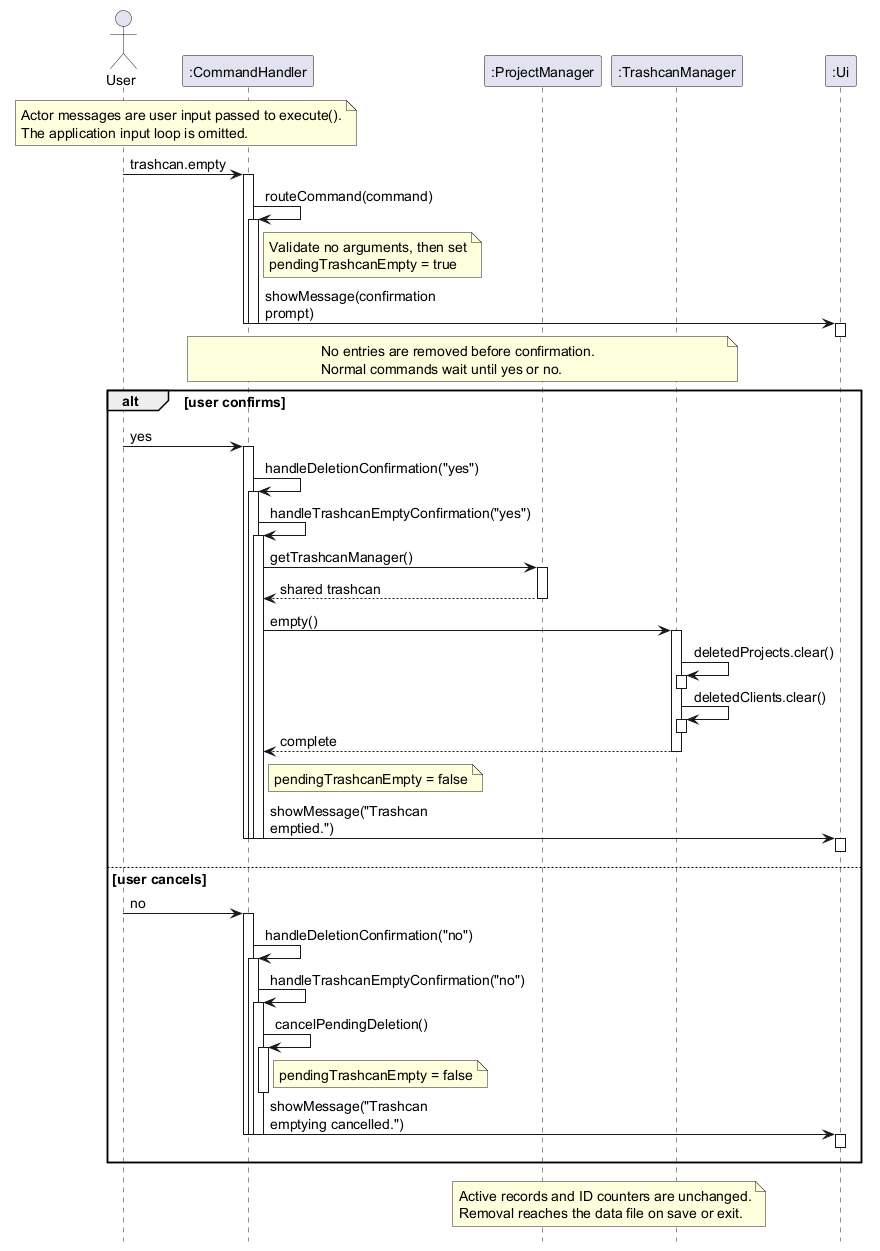
AY2627S1-CS2113-T10-3/tp keeps this PlantUML diagram as docs/images/TrashcanEmptySequenceDiagram.png. Above is the earlier version.
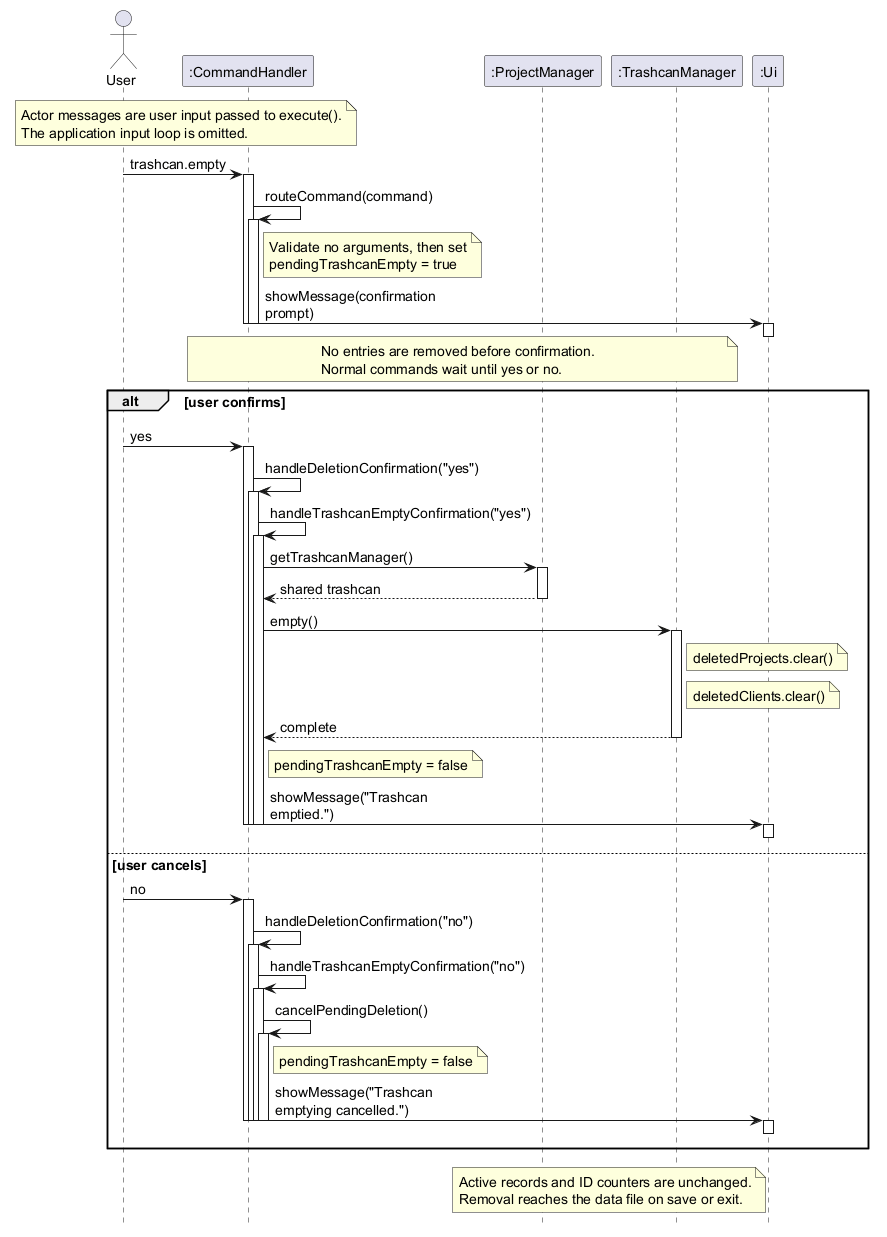
After the commit.

Commit message:
Fix more sequence diagram bugs

What changed in the source:
```diff
@@ -46,12 +46,12 @@
   deactivate PM
   CH -> TM : empty()
   activate TM
-  TM -> TM : deletedProjects.clear()
-  activate TM
-  deactivate TM
-  TM -> TM : deletedClients.clear()
-  activate TM
-  deactivate TM
+  note right of TM
+    deletedProjects.clear()
+  end note
+  note right of TM
+    deletedClients.clear()
+  end note
   TM --> CH : complete
   deactivate TM
   note right of CH
@@ -76,10 +76,10 @@
   note right of CH
     pendingTrashcanEmpty = false
   end note
-  deactivate CH
   CH -> UI : showMessage("Trashcan emptying cancelled.")
   activate UI
   deactivate UI
+  deactivate CH
   deactivate CH
   deactivate CH
   deactivate CH
```
